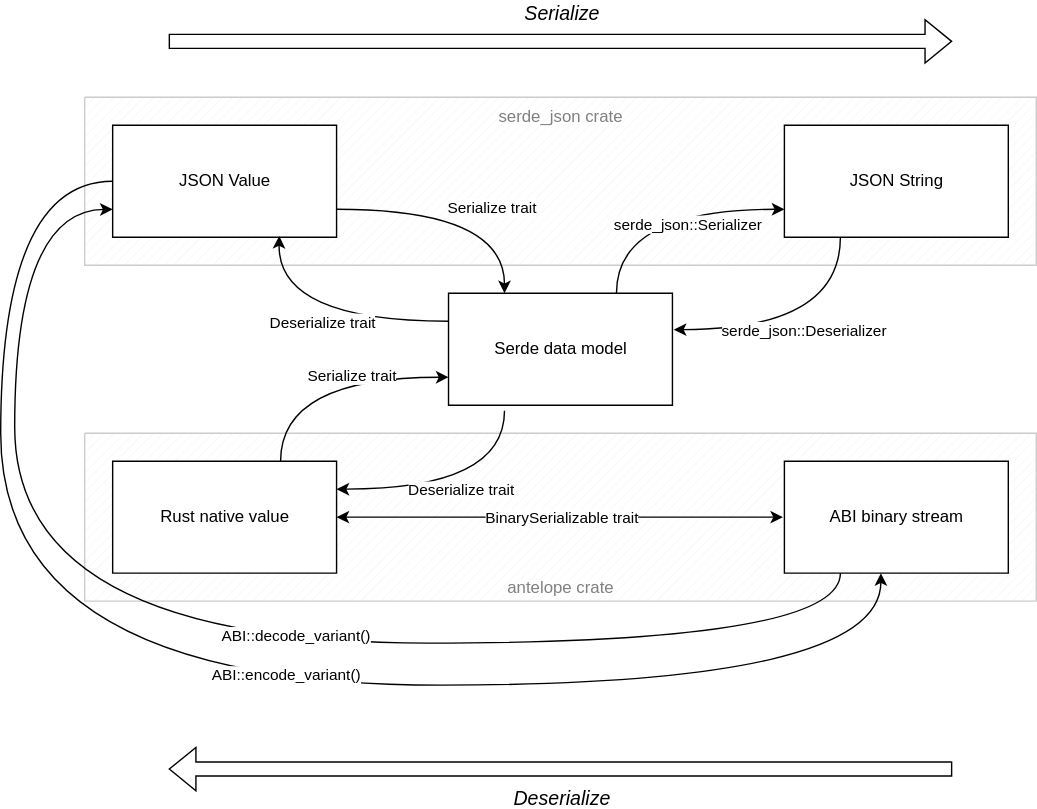
The draw.io diagram kudu/src/doc/antelope_data_model.drawio.svg in digigaia/kudu, before a commit. Source tidied: cells renumbered, new cells last; positions are measured from the earlier drawing's top-left corner, leaving out a move shared by most shapes. The source it was exported from:
```xml
<mxGraphModel>
  <root>
    <mxCell id="0" />
    <mxCell id="1" parent="0" />
    <mxCell id="2" value="&lt;font color=&quot;#808080&quot;&gt;serde_json crate&lt;/font&gt;" style="verticalLabelPosition=middle;verticalAlign=top;html=1;shape=mxgraph.basic.patternFillRect;fillStyle=diag;step=5;fillStrokeWidth=0.2;fillStrokeColor=#dddddd;labelPosition=center;align=center;strokeColor=#CCCCCC;" parent="1" vertex="1">
      <mxGeometry x="60" y="40" width="680" height="120" as="geometry" />
    </mxCell>
    <mxCell id="3" value="&lt;font color=&quot;#808080&quot;&gt;antelope crate&lt;/font&gt;" style="verticalLabelPosition=middle;verticalAlign=bottom;html=1;shape=mxgraph.basic.patternFillRect;fillStyle=diag;step=5;fillStrokeWidth=0.2;fillStrokeColor=#dddddd;labelPosition=center;align=center;strokeColor=#CCCCCC;" parent="1" vertex="1">
      <mxGeometry x="60" y="280" width="680" height="120" as="geometry" />
    </mxCell>
    <mxCell id="4" value="JSON Value" style="verticalLabelPosition=middle;verticalAlign=middle;html=1;shape=mxgraph.basic.rect;fillColor2=none;strokeWidth=1;size=20;indent=5;labelPosition=center;align=center;" parent="1" vertex="1">
      <mxGeometry x="80" y="60" width="160" height="80" as="geometry" />
    </mxCell>
    <mxCell id="5" value="JSON String" style="verticalLabelPosition=middle;verticalAlign=middle;html=1;shape=mxgraph.basic.rect;fillColor2=none;strokeWidth=1;size=20;indent=5;labelPosition=center;align=center;" parent="1" vertex="1">
      <mxGeometry x="560" y="60" width="160" height="80" as="geometry" />
    </mxCell>
    <mxCell id="6" value="ABI binary stream" style="verticalLabelPosition=middle;verticalAlign=middle;html=1;shape=mxgraph.basic.rect;fillColor2=none;strokeWidth=1;size=20;indent=5;labelPosition=center;align=center;" parent="1" vertex="1">
      <mxGeometry x="560" y="300" width="160" height="80" as="geometry" />
    </mxCell>
    <mxCell id="7" value="Rust native value" style="verticalLabelPosition=middle;verticalAlign=middle;html=1;shape=mxgraph.basic.rect;fillColor2=none;strokeWidth=1;size=20;indent=0;labelPosition=center;align=center;" parent="1" vertex="1">
      <mxGeometry x="80" y="300" width="160" height="80" as="geometry" />
    </mxCell>
    <mxCell id="8" value="Serde data model" style="verticalLabelPosition=middle;verticalAlign=middle;html=1;shape=mxgraph.basic.rect;fillColor2=none;strokeWidth=1;size=20;indent=5;labelPosition=center;align=center;" parent="1" vertex="1">
      <mxGeometry x="320" y="180" width="160" height="80" as="geometry" />
    </mxCell>
    <mxCell id="9" style="endArrow=classic;html=1;rounded=0;exitX=0.75;exitY=0;exitDx=0;exitDy=0;exitPerimeter=0;entryX=0;entryY=0.75;entryDx=0;entryDy=0;entryPerimeter=0;edgeStyle=orthogonalEdgeStyle;elbow=vertical;curved=1;" parent="1" edge="1" source="7" target="8">
      <mxGeometry relative="1" as="geometry" />
    </mxCell>
    <mxCell id="10" value="Serialize trait" style="edgeLabel;html=1;align=center;verticalAlign=middle;" parent="9" vertex="1">
      <mxGeometry x="0.22" y="2" relative="1" as="geometry" />
    </mxCell>
    <mxCell id="11" style="endArrow=classic;html=1;rounded=0;exitX=0.25;exitY=1.05;exitDx=0;exitDy=0;exitPerimeter=0;entryX=1;entryY=0.25;entryDx=0;entryDy=0;entryPerimeter=0;edgeStyle=orthogonalEdgeStyle;curved=1;" parent="1" edge="1" source="8" target="7">
      <mxGeometry relative="1" as="geometry">
        <Array as="points">
          <mxPoint x="360" y="320" />
        </Array>
      </mxGeometry>
    </mxCell>
    <mxCell id="12" value="Deserialize trait" style="edgeLabel;html=1;align=center;verticalAlign=middle;" parent="11" vertex="1">
      <mxGeometry relative="1" as="geometry" />
    </mxCell>
    <mxCell id="13" style="endArrow=classic;html=1;rounded=0;exitX=0.25;exitY=1;exitDx=0;exitDy=0;exitPerimeter=0;entryX=1.006;entryY=0.325;entryDx=0;entryDy=0;entryPerimeter=0;edgeStyle=orthogonalEdgeStyle;curved=1;" parent="1" edge="1" source="5" target="8">
      <mxGeometry relative="1" as="geometry">
        <Array as="points">
          <mxPoint x="600" y="206" />
        </Array>
      </mxGeometry>
    </mxCell>
    <mxCell id="14" value="serde_json::Deserializer" style="edgeLabel;html=1;align=center;verticalAlign=middle;" parent="13" vertex="1">
      <mxGeometry relative="1" as="geometry" />
    </mxCell>
    <mxCell id="15" style="endArrow=classic;html=1;rounded=0;exitX=0.75;exitY=0;exitDx=0;exitDy=0;exitPerimeter=0;entryX=0;entryY=0.75;entryDx=0;entryDy=0;entryPerimeter=0;edgeStyle=orthogonalEdgeStyle;elbow=vertical;curved=1;" parent="1" edge="1" source="8" target="5">
      <mxGeometry relative="1" as="geometry" />
    </mxCell>
    <mxCell id="16" value="serde_json::Serializer" style="edgeLabel;html=1;align=center;verticalAlign=top;" parent="15" vertex="1">
      <mxGeometry x="0.22" y="2" relative="1" as="geometry" />
    </mxCell>
    <mxCell id="17" style="endArrow=classic;html=1;rounded=0;exitX=1;exitY=0.75;exitDx=0;exitDy=0;exitPerimeter=0;entryX=0.25;entryY=0;entryDx=0;entryDy=0;entryPerimeter=0;edgeStyle=orthogonalEdgeStyle;elbow=vertical;curved=1;" parent="1" edge="1" source="4" target="8">
      <mxGeometry relative="1" as="geometry" />
    </mxCell>
    <mxCell id="18" value="Serialize trait" style="edgeLabel;html=1;align=center;verticalAlign=middle;" parent="17" vertex="1">
      <mxGeometry x="0.22" y="2" relative="1" as="geometry" />
    </mxCell>
    <mxCell id="19" style="endArrow=classic;html=1;rounded=0;exitX=0;exitY=0.25;exitDx=0;exitDy=0;exitPerimeter=0;entryX=0.744;entryY=0.988;entryDx=0;entryDy=0;entryPerimeter=0;edgeStyle=orthogonalEdgeStyle;curved=1;" parent="1" edge="1" source="8" target="4">
      <mxGeometry relative="1" as="geometry">
        <Array as="points">
          <mxPoint x="198" y="200" />
        </Array>
      </mxGeometry>
    </mxCell>
    <mxCell id="20" value="Deserialize trait" style="edgeLabel;html=1;align=center;verticalAlign=middle;" parent="19" vertex="1">
      <mxGeometry relative="1" as="geometry" />
    </mxCell>
    <mxCell id="21" style="endArrow=classic;html=1;rounded=0;edgeStyle=orthogonalEdgeStyle;curved=1;entryX=0;entryY=0.75;entryDx=0;entryDy=0;entryPerimeter=0;exitX=0.25;exitY=1;exitDx=0;exitDy=0;exitPerimeter=0;labelPosition=center;verticalLabelPosition=middle;align=center;verticalAlign=middle;" parent="1" edge="1" source="6" target="4">
      <mxGeometry relative="1" as="geometry">
        <Array as="points">
          <mxPoint x="600" y="430" />
          <mxPoint x="10" y="430" />
          <mxPoint x="10" y="121" />
        </Array>
      </mxGeometry>
    </mxCell>
    <mxCell id="22" value="ABI::decode_variant()" style="edgeLabel;html=1;align=center;verticalAlign=middle;" parent="21" vertex="1">
      <mxGeometry x="-0.14" y="-6" relative="1" as="geometry" />
    </mxCell>
    <mxCell id="23" style="endArrow=classic;html=1;rounded=0;edgeStyle=orthogonalEdgeStyle;curved=1;entryX=0.431;entryY=1;entryDx=0;entryDy=0;entryPerimeter=0;exitX=0;exitY=0.5;exitDx=0;exitDy=0;exitPerimeter=0;" parent="1" edge="1" source="4" target="6">
      <mxGeometry relative="1" as="geometry">
        <Array as="points">
          <mxPoint y="100" />
          <mxPoint y="460" />
          <mxPoint x="629" y="460" />
        </Array>
      </mxGeometry>
    </mxCell>
    <mxCell id="24" value="ABI::encode_variant()" style="edgeLabel;html=1;align=center;verticalAlign=middle;" parent="23" vertex="1">
      <mxGeometry x="0.12" y="8" relative="1" as="geometry" />
    </mxCell>
    <mxCell id="25" style="endArrow=classic;html=1;rounded=0;shape=flexArrow;" parent="1" edge="1">
      <mxGeometry relative="1" as="geometry">
        <mxPoint x="120" as="sourcePoint" />
        <mxPoint x="680" as="targetPoint" />
      </mxGeometry>
    </mxCell>
    <mxCell id="26" value="Serialize" style="edgeLabel;html=1;align=center;verticalAlign=bottom;spacing=2;spacingRight=0;labelBorderColor=none;textShadow=0;fontStyle=2;fontSize=14;labelPosition=center;verticalLabelPosition=top;spacingTop=0;" parent="25" vertex="1">
      <mxGeometry relative="1" as="geometry">
        <mxPoint y="-10" as="offset" />
      </mxGeometry>
    </mxCell>
    <mxCell id="27" style="endArrow=classic;html=1;rounded=0;shape=flexArrow;verticalAlign=bottom;" parent="1" edge="1">
      <mxGeometry relative="1" as="geometry">
        <mxPoint x="680" y="520" as="sourcePoint" />
        <mxPoint x="120" y="520" as="targetPoint" />
      </mxGeometry>
    </mxCell>
    <mxCell id="28" value="Deserialize" style="edgeLabel;html=1;align=center;verticalAlign=middle;fontStyle=2;fontSize=14;" parent="27" vertex="1">
      <mxGeometry relative="1" as="geometry">
        <mxPoint y="20" as="offset" />
      </mxGeometry>
    </mxCell>
    <mxCell id="29" style="endArrow=classic;html=1;rounded=0;entryX=-0.006;entryY=0.5;entryDx=0;entryDy=0;entryPerimeter=0;exitX=1;exitY=0.5;exitDx=0;exitDy=0;exitPerimeter=0;startArrow=classic;startFill=1;" parent="1" edge="1" source="7" target="6">
      <mxGeometry relative="1" as="geometry" />
    </mxCell>
    <mxCell id="30" value="BinarySerializable trait" style="edgeLabel;html=1;align=center;verticalAlign=middle;" parent="29" vertex="1">
      <mxGeometry relative="1" as="geometry" />
    </mxCell>
  </root>
</mxGraphModel>
```
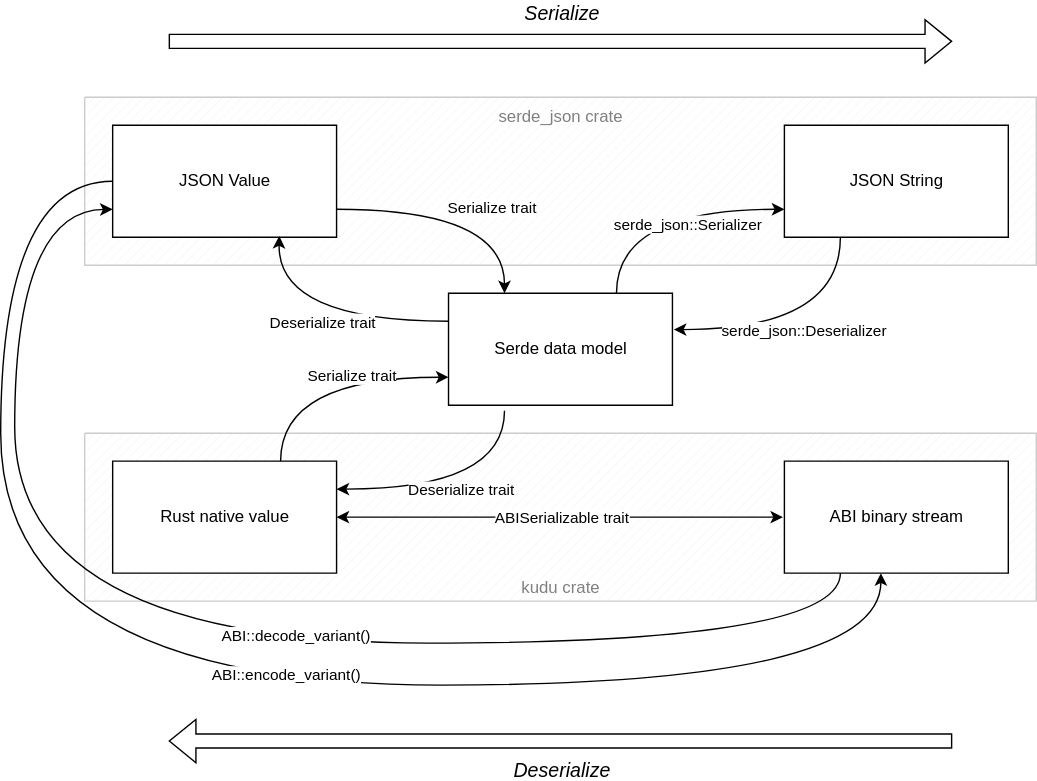
Later version of the same file.

The edit, as a diff of the source:
```diff
@@ -5,7 +5,7 @@
     <mxCell id="2" value="&lt;font color=&quot;#808080&quot;&gt;serde_json crate&lt;/font&gt;" style="verticalLabelPosition=middle;verticalAlign=top;html=1;shape=mxgraph.basic.patternFillRect;fillStyle=diag;step=5;fillStrokeWidth=0.2;fillStrokeColor=#dddddd;labelPosition=center;align=center;strokeColor=#CCCCCC;" parent="1" vertex="1">
       <mxGeometry x="60" y="40" width="680" height="120" as="geometry" />
     </mxCell>
-    <mxCell id="3" value="&lt;font color=&quot;#808080&quot;&gt;antelope crate&lt;/font&gt;" style="verticalLabelPosition=middle;verticalAlign=bottom;html=1;shape=mxgraph.basic.patternFillRect;fillStyle=diag;step=5;fillStrokeWidth=0.2;fillStrokeColor=#dddddd;labelPosition=center;align=center;strokeColor=#CCCCCC;" parent="1" vertex="1">
+    <mxCell id="3" value="&lt;font color=&quot;#808080&quot;&gt;kudu crate&lt;/font&gt;" style="verticalLabelPosition=middle;verticalAlign=bottom;html=1;shape=mxgraph.basic.patternFillRect;fillStyle=diag;step=5;fillStrokeWidth=0.2;fillStrokeColor=#dddddd;labelPosition=center;align=center;strokeColor=#CCCCCC;" parent="1" vertex="1">
       <mxGeometry x="60" y="280" width="680" height="120" as="geometry" />
     </mxCell>
     <mxCell id="4" value="JSON Value" style="verticalLabelPosition=middle;verticalAlign=middle;html=1;shape=mxgraph.basic.rect;fillColor2=none;strokeWidth=1;size=20;indent=5;labelPosition=center;align=center;" parent="1" vertex="1">
@@ -108,8 +108,8 @@
     </mxCell>
     <mxCell id="27" style="endArrow=classic;html=1;rounded=0;shape=flexArrow;verticalAlign=bottom;" parent="1" edge="1">
       <mxGeometry relative="1" as="geometry">
-        <mxPoint x="680" y="520" as="sourcePoint" />
-        <mxPoint x="120" y="520" as="targetPoint" />
+        <mxPoint x="680" y="500" as="sourcePoint" />
+        <mxPoint x="120" y="500" as="targetPoint" />
       </mxGeometry>
     </mxCell>
     <mxCell id="28" value="Deserialize" style="edgeLabel;html=1;align=center;verticalAlign=middle;fontStyle=2;fontSize=14;" parent="27" vertex="1">
@@ -120,7 +120,7 @@
     <mxCell id="29" style="endArrow=classic;html=1;rounded=0;entryX=-0.006;entryY=0.5;entryDx=0;entryDy=0;entryPerimeter=0;exitX=1;exitY=0.5;exitDx=0;exitDy=0;exitPerimeter=0;startArrow=classic;startFill=1;" parent="1" edge="1" source="7" target="6">
       <mxGeometry relative="1" as="geometry" />
     </mxCell>
-    <mxCell id="30" value="BinarySerializable trait" style="edgeLabel;html=1;align=center;verticalAlign=middle;" parent="29" vertex="1">
+    <mxCell id="30" value="ABISerializable trait" style="edgeLabel;html=1;align=center;verticalAlign=middle;" parent="29" vertex="1">
       <mxGeometry relative="1" as="geometry" />
     </mxCell>
   </root>
```
